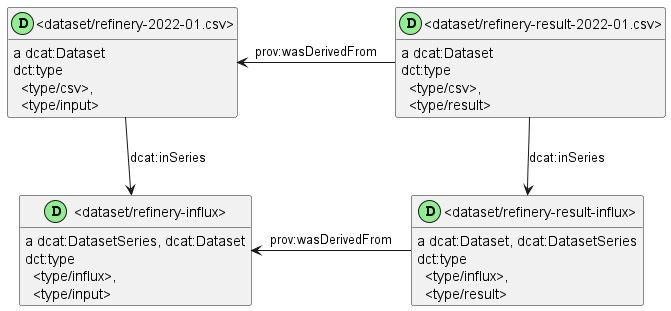
This is dataset-relations.png from underpin-project/model, a PlantUML export, as it was before one commit.
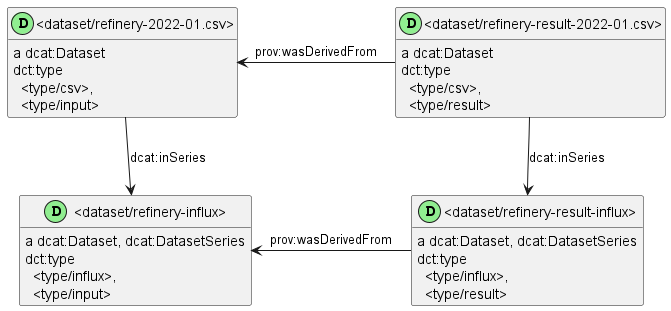
The same diagram one commit later.

The edit, as a diff of the source:
```diff
@@ -14,16 +14,16 @@
 class _dataset_refinery_result_influx_ as "<dataset/refinery-result-influx>"
 class _dataset_refinery_result_influx_ <<(D,lightgreen)>>
 show _dataset_refinery_result_influx_ circle
-_dataset_refinery_result_2022_01_csv_ : {field} a dcat:Dataset
-_dataset_refinery_result_2022_01_csv_ -left-> _dataset_refinery_2022_01_csv_ : prov:wasDerivedFrom
-_dataset_refinery_result_2022_01_csv_ -down-> _dataset_refinery_result_influx_ : dcat:inSeries
-_dataset_refinery_result_2022_01_csv_ : {field} dct:type\n  <type/csv>,\n  <type/result>
+_dataset_refinery_2022_01_csv_ : {field} a dcat:Dataset
+_dataset_refinery_2022_01_csv_ -down-> _dataset_refinery_influx_ : dcat:inSeries
+_dataset_refinery_2022_01_csv_ : {field} dct:type\n  <type/csv>,\n  <type/input>
+_dataset_refinery_influx_ : {field} a dcat:Dataset, dcat:DatasetSeries
+_dataset_refinery_influx_ : {field} dct:type\n  <type/influx>,\n  <type/input>
 _dataset_refinery_result_influx_ : {field} a dcat:Dataset, dcat:DatasetSeries
 _dataset_refinery_result_influx_ -left-> _dataset_refinery_influx_ : prov:wasDerivedFrom
 _dataset_refinery_result_influx_ : {field} dct:type\n  <type/influx>,\n  <type/result>
-_dataset_refinery_2022_01_csv_ : {field} a dcat:Dataset
-_dataset_refinery_2022_01_csv_ -down-> _dataset_refinery_influx_ : dcat:inSeries
-_dataset_refinery_2022_01_csv_ : {field} dct:type\n  <type/csv>,\n  <type/input>
-_dataset_refinery_influx_ : {field} a dcat:DatasetSeries, dcat:Dataset
-_dataset_refinery_influx_ : {field} dct:type\n  <type/influx>,\n  <type/input>
+_dataset_refinery_result_2022_01_csv_ : {field} a dcat:Dataset
+_dataset_refinery_result_2022_01_csv_ -down-> _dataset_refinery_result_influx_ : dcat:inSeries
+_dataset_refinery_result_2022_01_csv_ -left-> _dataset_refinery_2022_01_csv_ : prov:wasDerivedFrom
+_dataset_refinery_result_2022_01_csv_ : {field} dct:type\n  <type/csv>,\n  <type/result>
 @enduml
```
